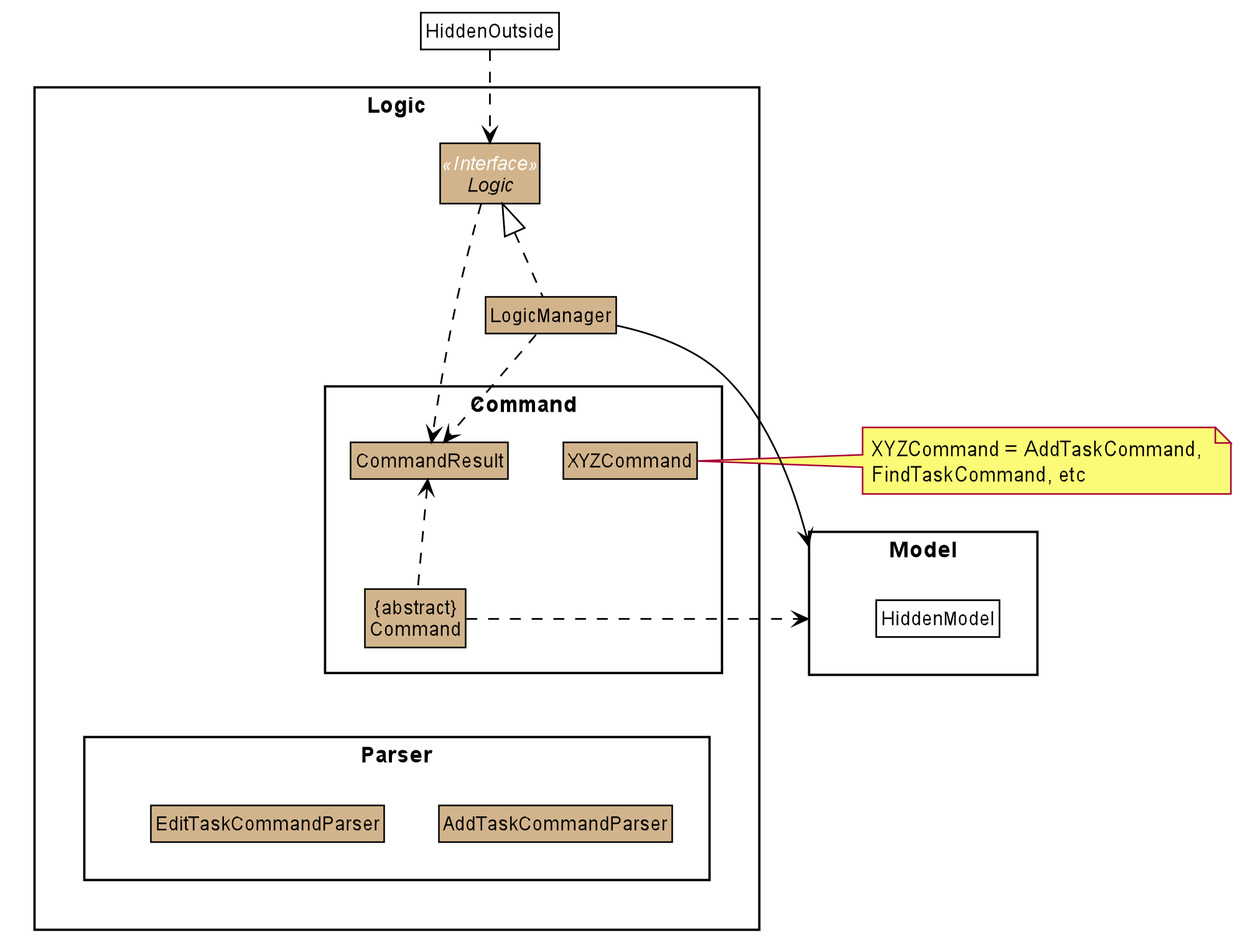
AY1920S2-CS2103T-W16-3/main keeps this PlantUML diagram as images/LogicClassDiagram.png. Above is the earlier version. Its diagram source:
```plantuml
@startuml








skinparam BackgroundColor #FFFFFFF

skinparam Shadowing false

skinparam Class {
    FontColor #000000
    BorderThickness 1
    BorderColor #FFFFFF
    StereotypeFontColor #FFFFFF
    FontName Arial
}

skinparam Actor {
    BorderColor #000000
    Color #000000
    FontName Arial
}

skinparam Sequence {
    MessageAlign center
    BoxFontSize 15
    BoxPadding 0
    BoxFontColor #000000
    FontName Arial
}

skinparam Participant {
    FontColor #000000
    Padding 20
}

skinparam MinClassWidth 50
skinparam ParticipantPadding 10
skinparam Shadowing false
skinparam DefaultTextAlignment center
skinparam packageStyle Rectangle

hide footbox
hide members
hide circle
skinparam arrowThickness 1.1
skinparam arrowColor #000000
skinparam classBackgroundColor #D2B48C
skinparam classBorderColor #black

package Logic {

package Parser {
Class AddTaskCommandParser
Class EditTaskCommandParser
}

package Command {
Class XYZCommand
Class CommandResult
Class "{abstract}\nCommand" as Command
}

Interface Logic <<Interface>>
Class LogicManager
}

package Model{
Class HiddenModel #FFFFFF
}

Class HiddenOutside #FFFFFF
HiddenOutside ..> Logic

LogicManager .up.|> Logic

LogicManager --> Model
Command .right.> Model
note right of XYZCommand: XYZCommand = AddTaskCommand, \nFindTaskCommand, etc

Logic ..> CommandResult
LogicManager .down.> CommandResult
Command .up.> CommandResult
CommandResult --[hidden]-> Parser
@enduml
```
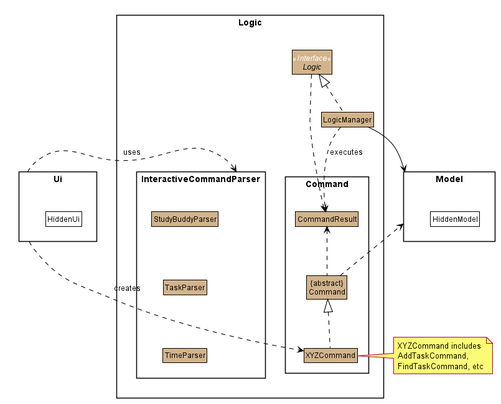
Later version of the same file.

Diff of the diagram source:
```diff
@@ -54,9 +54,10 @@
 
 package Logic {
 
-package Parser {
-Class AddTaskCommandParser
-Class EditTaskCommandParser
+package InteractiveCommandParser {
+Class TaskParser
+Class TimeParser
+Class StudyBuddyParser
 }
 
 package Command {
@@ -73,17 +74,36 @@
 Class HiddenModel #FFFFFF
 }
 
-Class HiddenOutside #FFFFFF
-HiddenOutside ..> Logic
 
+package Ui {
+Class HiddenUi #FFFFFF
+}
+
+Ui .>InteractiveCommandParser : uses
+Ui .>XYZCommand : creates
+InteractiveCommandParser---[hidden]>XYZCommand
+
+note right of XYZCommand: XYZCommand includes \nAddTaskCommand, \nFindTaskCommand, etc
+
+Command .right.> Model
+LogicManager -down-> Model
+
+Model.[hidden].> LogicManager
+
+TaskParser -[hidden]-> TimeParser
+StudyBuddyParser -[hidden]-> TaskParser
+
+XYZCommand .up.|> Command
 LogicManager .up.|> Logic
 
-LogicManager --> Model
-Command .right.> Model
-note right of XYZCommand: XYZCommand = AddTaskCommand, \nFindTaskCommand, etc
+
 
 Logic ..> CommandResult
-LogicManager .down.> CommandResult
+LogicManager .down.> CommandResult : executes
 Command .up.> CommandResult
-CommandResult --[hidden]-> Parser
+
+
+
+
+
 @enduml
```
